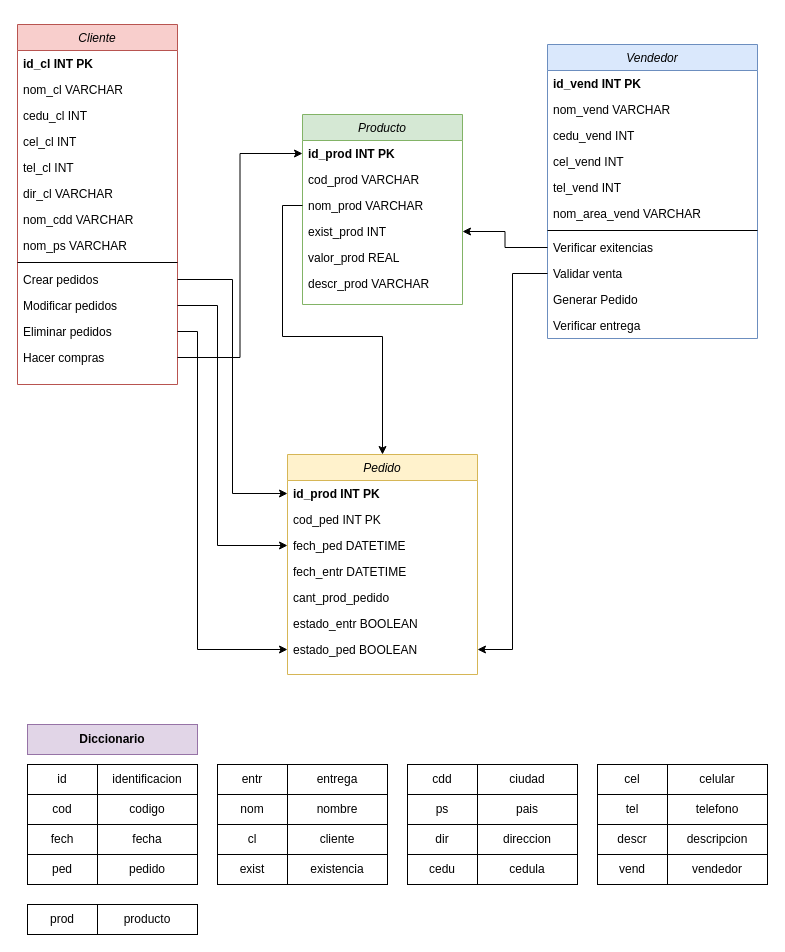
SantiagoRuizM/pragma_BasesDatos keeps this draw.io diagram as Diagrama de clases2.drawio. Above is the earlier version. Source tidied: cells renumbered, new cells numbered last; positions are measured from the earlier drawing's top-left corner, leaving out a move shared by most shapes. Both pictures are drawn from the tidied source at 100%, with x=0, y=0 at pixel (17, 24).
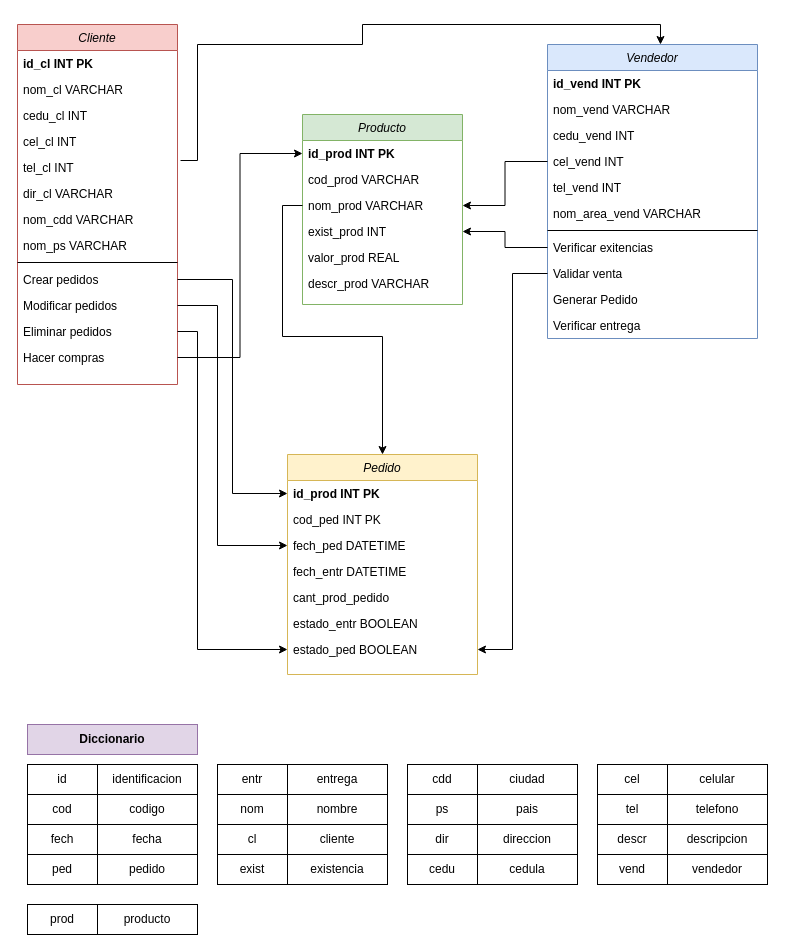
After the change.

Unchanged cells that the change refers to:
```xml
<mxCell id="7" value="tel_cl INT " style="text;align=left;verticalAlign=top;spacingLeft=4;spacingRight=4;overflow=hidden;points=[[0,0.5],[1,0.5]];portConstraint=eastwest;rounded=0;shadow=0;html=0;" parent="2" vertex="1">
  <mxGeometry y="130" width="160" height="26" as="geometry" />
</mxCell>
<mxCell id="24" value="Vendedor" style="swimlane;fontStyle=2;align=center;verticalAlign=top;horizontal=1;startSize=26;rounded=0;shadow=0;strokeWidth=1;fillColor=#dae8fc;strokeColor=#6c8ebf;" parent="1" vertex="1">
  <mxGeometry x="530" y="20" width="210" height="294" as="geometry" />
</mxCell>
<mxCell id="28" value="cel_vend INT" style="text;align=left;verticalAlign=top;spacingLeft=4;spacingRight=4;overflow=hidden;points=[[0,0.5],[1,0.5]];portConstraint=eastwest;rounded=0;shadow=0;html=0;" parent="24" vertex="1">
  <mxGeometry y="104" width="210" height="26" as="geometry" />
</mxCell>
<mxCell id="39" value="nom_prod VARCHAR" style="text;align=left;verticalAlign=top;spacingLeft=4;spacingRight=4;overflow=hidden;points=[[0,0.5],[1,0.5]];portConstraint=eastwest;rounded=0;shadow=0;html=0;" parent="36" vertex="1">
  <mxGeometry y="78" width="160" height="26" as="geometry" />
</mxCell>
```

What changed in the source:
```diff
@@
+    <mxCell id="85" style="edgeStyle=orthogonalEdgeStyle;rounded=0;jettySize=auto;html=1;entryX=1;entryY=0.5;entryDx=0;entryDy=0;" parent="1" edge="1" source="28" target="39">
+      <mxGeometry relative="1" as="geometry" />
+    </mxCell>
+    <mxCell id="86" style="edgeStyle=orthogonalEdgeStyle;rounded=0;jettySize=auto;html=1;entryX=0.538;entryY=0;entryDx=0;entryDy=0;entryPerimeter=0;exitX=1.019;exitY=0.231;exitDx=0;exitDy=0;exitPerimeter=0;" parent="1" edge="1" source="7" target="24">
+      <mxGeometry relative="1" as="geometry">
+        <Array as="points">
+          <mxPoint x="180" y="136" />
+          <mxPoint x="180" y="20" />
+          <mxPoint x="345" y="20" />
+          <mxPoint x="345" />
+          <mxPoint x="643" />
+        </Array>
+      </mxGeometry>
+    </mxCell>
```
